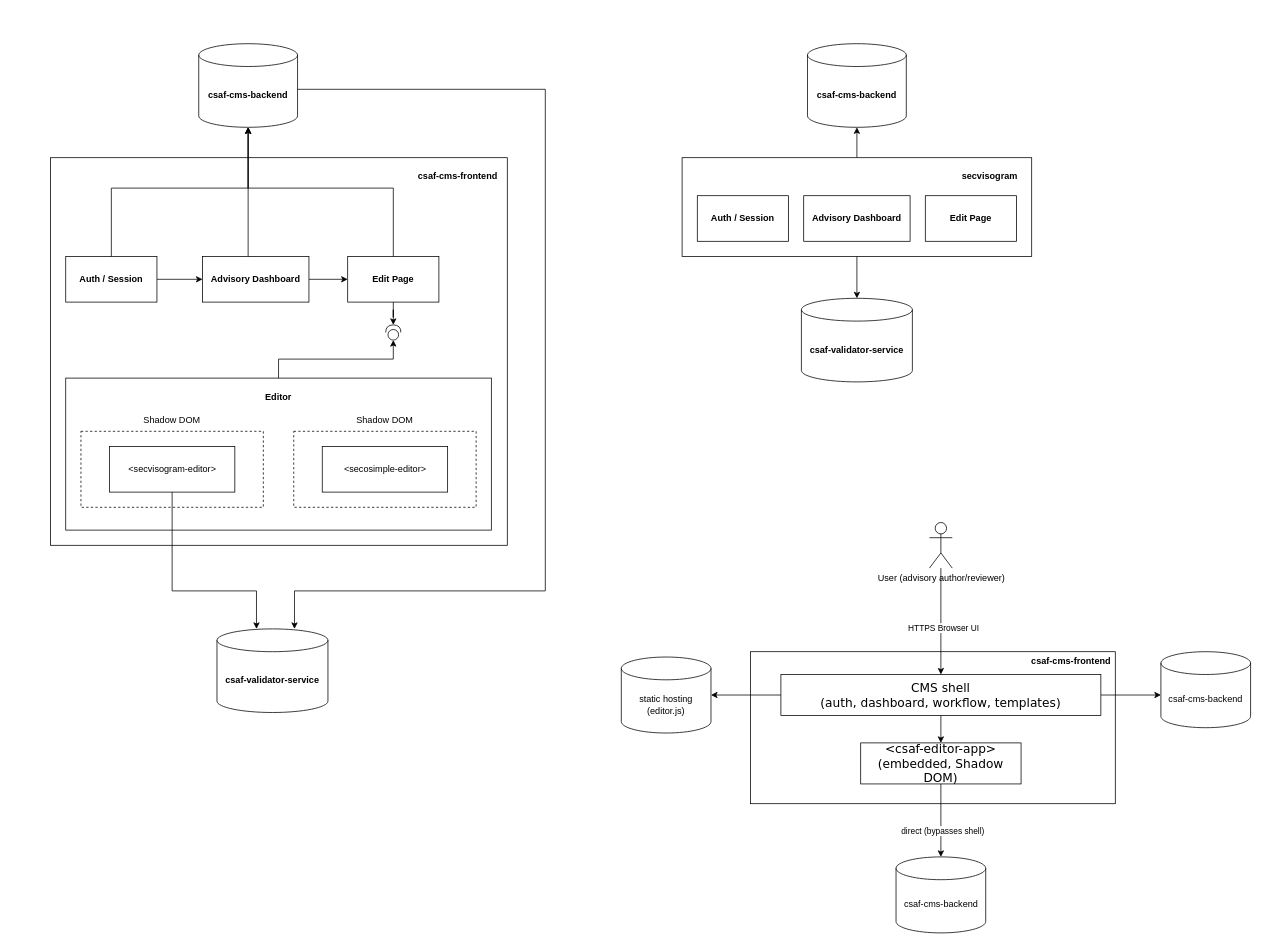
Before: docs/spec.drawio in secvisogram/csaf-cms-frontend, a draw.io diagram. Source tidied: cells renumbered, new cells numbered last; positions are measured from the earlier drawing's top-left corner, leaving out a move shared by most shapes. Both pictures are drawn from the tidied source at 76%, with x=0, y=0 at pixel (13, 13).
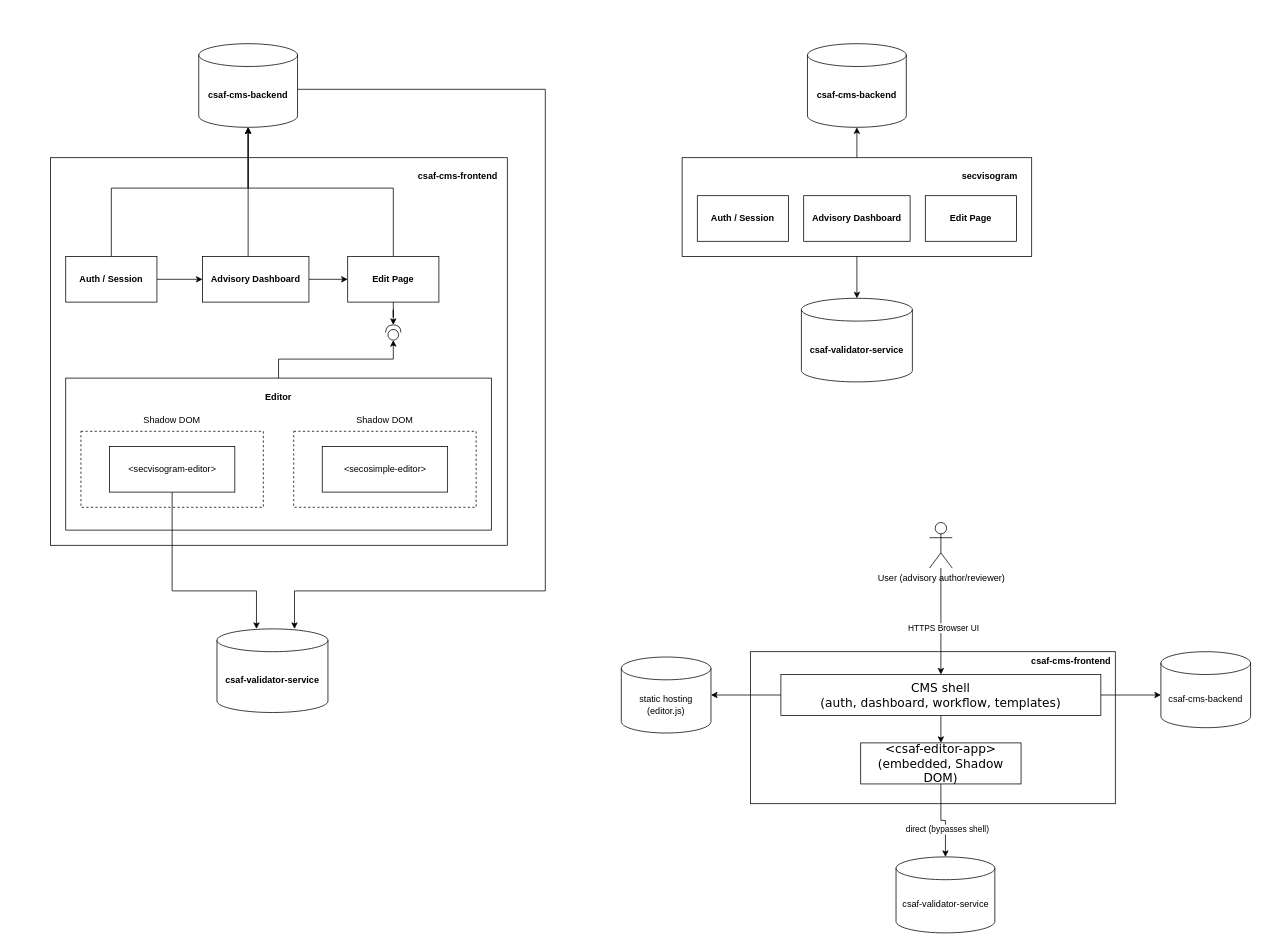
The same page after the edit.

What changed in the source:
```diff
@@
-    <mxCell id="50" value="csaf-cms-backend" style="shape=cylinder3;whiteSpace=wrap;html=1;boundedLbl=1;backgroundOutline=1;size=15;" parent="1" vertex="1">
-      <mxGeometry x="1161.5" y="1110" width="118" height="100" as="geometry" />
+    <mxCell id="50" value="csaf-validator-service" style="shape=cylinder3;whiteSpace=wrap;html=1;boundedLbl=1;backgroundOutline=1;size=15;" parent="1" vertex="1">
+      <mxGeometry x="1161.5" y="1110" width="130" height="100" as="geometry" />
     </mxCell>
```
